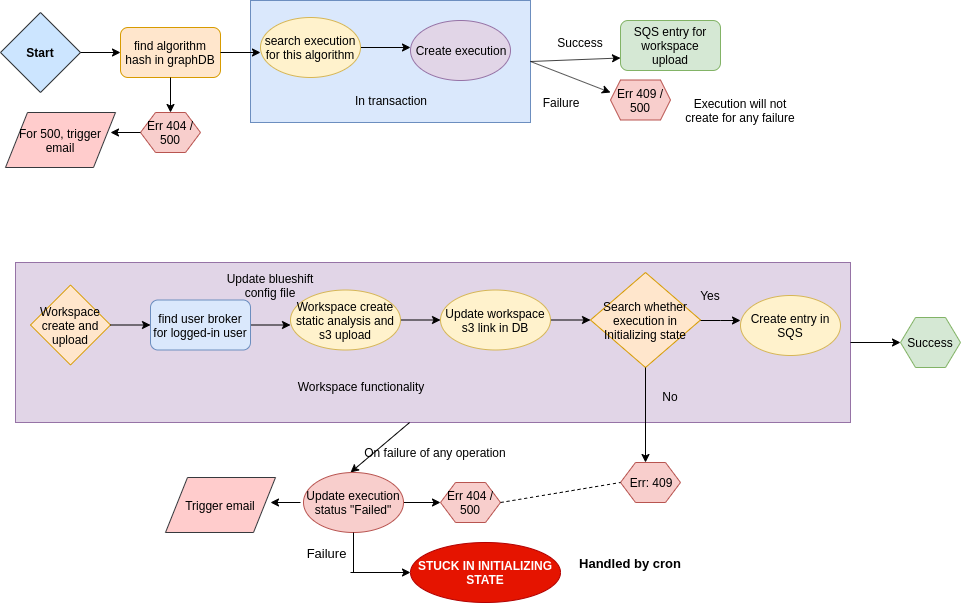
Before: start_from_UI.png, a diagram exported from draw.io (prodipta/blueshift-resouce). Source tidied: cells renumbered, new cells last; positions are measured from the earlier drawing's top-left corner, leaving out a move shared by most shapes.
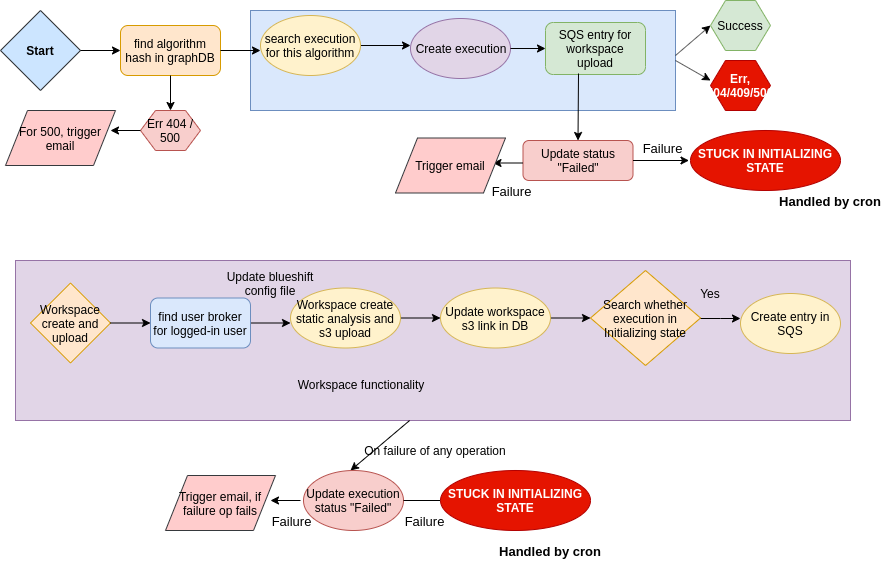
After the commit.

Commit message:
update start diag

Change to the diagram source:
```diff
@@ -6,7 +6,7 @@
       <mxGeometry x="15" y="262" width="835" height="160" as="geometry" />
     </mxCell>
     <mxCell id="3" style="rounded=0;whiteSpace=wrap;html=1;fillColor=#dae8fc;strokeColor=#6c8ebf;" parent="1" vertex="1">
-      <mxGeometry x="250" width="280" height="122" as="geometry" />
+      <mxGeometry x="250" y="12" width="425" height="100" as="geometry" />
     </mxCell>
     <mxCell id="4" value="&lt;b&gt;Start&lt;/b&gt;" style="rhombus;whiteSpace=wrap;html=1;fillColor=#cce5ff;strokeColor=#36393d;" parent="1" vertex="1">
       <mxGeometry y="12" width="80" height="80" as="geometry" />
@@ -84,11 +84,8 @@
     <mxCell id="23" value="Err 404 / 500" style="shape=hexagon;perimeter=hexagonPerimeter2;whiteSpace=wrap;html=1;fillColor=#f8cecc;strokeColor=#b85450;" parent="1" vertex="1">
       <mxGeometry x="140" y="112" width="60" height="40" as="geometry" />
     </mxCell>
-    <mxCell id="24" value="In transaction" style="text;html=1;strokeColor=none;fillColor=none;align=center;verticalAlign=middle;whiteSpace=wrap;rounded=0;" parent="1" vertex="1">
-      <mxGeometry x="330" y="89.5" width="120" height="20" as="geometry" />
-    </mxCell>
     <mxCell id="25" value="SQS entry for workspace upload" style="rounded=1;whiteSpace=wrap;html=1;fillColor=#d5e8d4;strokeColor=#82b366;" parent="1" vertex="1">
-      <mxGeometry x="620" y="20" width="100" height="50" as="geometry" />
+      <mxGeometry x="545" y="24" width="100" height="52" as="geometry" />
     </mxCell>
     <mxCell id="26" style="endArrow=classic;html=1;exitX=0;exitY=0.5;exitDx=0;exitDy=0;" parent="1" edge="1" source="23">
       <mxGeometry relative="1" as="geometry">
@@ -98,20 +95,6 @@
     <mxCell id="27" value="For 500, trigger email" style="shape=parallelogram;perimeter=parallelogramPerimeter;whiteSpace=wrap;html=1;fillColor=#ffcccc;strokeColor=#36393d;" parent="1" vertex="1">
       <mxGeometry x="5" y="112" width="110" height="55" as="geometry" />
     </mxCell>
-    <mxCell id="28" value="Execution will not create for any failure" style="text;html=1;strokeColor=none;fillColor=none;align=center;verticalAlign=middle;whiteSpace=wrap;rounded=0;" parent="1" vertex="1">
-      <mxGeometry x="680" y="99.5" width="120" height="20" as="geometry" />
-    </mxCell>
-    <mxCell id="29" value="Err 409 / 500" style="shape=hexagon;perimeter=hexagonPerimeter2;whiteSpace=wrap;html=1;fillColor=#f8cecc;strokeColor=#b85450;size=0.16666666666666666;" parent="1" vertex="1">
-      <mxGeometry x="610" y="79.5" width="60" height="40" as="geometry" />
-    </mxCell>
-    <mxCell id="30" style="endArrow=classic;html=1;exitX=0.5;exitY=1;exitDx=0;exitDy=0;" parent="1" edge="1" source="20">
-      <mxGeometry relative="1" as="geometry">
-        <mxPoint x="645" y="462" as="targetPoint" />
-      </mxGeometry>
-    </mxCell>
-    <mxCell id="31" value="Err: 409" style="shape=hexagon;perimeter=hexagonPerimeter2;whiteSpace=wrap;html=1;fillColor=#f8cecc;strokeColor=#b85450;" parent="1" vertex="1">
-      <mxGeometry x="620" y="462" width="60" height="40" as="geometry" />
-    </mxCell>
     <mxCell id="32" style="endArrow=classic;html=1;exitX=0.472;exitY=1;exitDx=0;exitDy=0;exitPerimeter=0;" parent="1" edge="1" source="2">
       <mxGeometry relative="1" as="geometry">
         <mxPoint x="350" y="472" as="targetPoint" />
@@ -120,82 +103,96 @@
     <mxCell id="33" value="On failure of any operation" style="text;html=1;strokeColor=none;fillColor=none;align=center;verticalAlign=middle;whiteSpace=wrap;rounded=0;" parent="1" vertex="1">
       <mxGeometry x="360" y="442" width="150" height="20" as="geometry" />
     </mxCell>
-    <mxCell id="34" style="edgeStyle=orthogonalEdgeStyle;rounded=0;jettySize=auto;html=1;" parent="1" edge="1" source="35">
-      <mxGeometry relative="1" as="geometry">
-        <mxPoint x="440" y="502" as="targetPoint" />
-      </mxGeometry>
-    </mxCell>
     <mxCell id="35" value="Update execution status &quot;Failed&quot;" style="ellipse;whiteSpace=wrap;html=1;fillColor=#f8cecc;strokeColor=#b85450;" parent="1" vertex="1">
       <mxGeometry x="303" y="472" width="100" height="60" as="geometry" />
     </mxCell>
-    <mxCell id="36" value="Err 404 / 500" style="shape=hexagon;perimeter=hexagonPerimeter2;whiteSpace=wrap;html=1;fillColor=#f8cecc;strokeColor=#b85450;" parent="1" vertex="1">
-      <mxGeometry x="440" y="482" width="60" height="40" as="geometry" />
-    </mxCell>
-    <mxCell id="37" style="endArrow=none;dashed=1;html=1;exitX=1;exitY=0.5;exitDx=0;exitDy=0;entryX=0;entryY=0.5;entryDx=0;entryDy=0;" parent="1" edge="1" source="36" target="31">
-      <mxGeometry relative="1" as="geometry" />
-    </mxCell>
-    <mxCell id="38" style="endArrow=classic;html=1;exitX=1;exitY=0.5;exitDx=0;exitDy=0;" parent="1" edge="1" source="2">
-      <mxGeometry relative="1" as="geometry">
-        <mxPoint x="900" y="342" as="targetPoint" />
-      </mxGeometry>
-    </mxCell>
-    <mxCell id="39" value="Success" style="shape=hexagon;perimeter=hexagonPerimeter2;whiteSpace=wrap;html=1;fillColor=#d5e8d4;strokeColor=#82b366;" parent="1" vertex="1">
-      <mxGeometry x="900" y="317" width="60" height="50" as="geometry" />
-    </mxCell>
     <mxCell id="40" value="Update blueshift config file" style="text;html=1;strokeColor=none;fillColor=none;align=center;verticalAlign=middle;whiteSpace=wrap;rounded=0;" parent="1" vertex="1">
       <mxGeometry x="220" y="275" width="100" height="20" as="geometry" />
     </mxCell>
-    <mxCell id="41" value="No" style="text;html=1;strokeColor=none;fillColor=none;align=center;verticalAlign=middle;whiteSpace=wrap;rounded=0;" parent="1" vertex="1">
-      <mxGeometry x="650" y="386" width="40" height="20" as="geometry" />
-    </mxCell>
     <mxCell id="42" style="endArrow=classic;html=1;" parent="1" edge="1">
       <mxGeometry relative="1" as="geometry">
         <mxPoint x="300" y="502" as="sourcePoint" />
         <mxPoint x="270" y="502" as="targetPoint" />
       </mxGeometry>
     </mxCell>
-    <mxCell id="43" value="Trigger email" style="shape=parallelogram;perimeter=parallelogramPerimeter;whiteSpace=wrap;html=1;fillColor=#ffcccc;strokeColor=#36393d;" parent="1" vertex="1">
+    <mxCell id="43" value="Trigger email, if failure op fails" style="shape=parallelogram;perimeter=parallelogramPerimeter;whiteSpace=wrap;html=1;fillColor=#ffcccc;strokeColor=#36393d;" parent="1" vertex="1">
       <mxGeometry x="165" y="477" width="110" height="55" as="geometry" />
     </mxCell>
     <mxCell id="44" value="Create entry in SQS" style="ellipse;whiteSpace=wrap;html=1;fillColor=#fff2cc;strokeColor=#d6b656;" parent="1" vertex="1">
       <mxGeometry x="740" y="295" width="100" height="60" as="geometry" />
     </mxCell>
-    <mxCell id="45" style="endArrow=classic;html=1;exitX=1;exitY=0.5;exitDx=0;exitDy=0;entryX=0;entryY=0.75;entryDx=0;entryDy=0;" parent="1" edge="1" source="3" target="25">
-      <mxGeometry relative="1" as="geometry" />
-    </mxCell>
-    <mxCell id="46" style="endArrow=classic;html=1;exitX=1;exitY=0.5;exitDx=0;exitDy=0;" parent="1" edge="1" source="3">
-      <mxGeometry relative="1" as="geometry">
-        <mxPoint x="610" y="92" as="targetPoint" />
-      </mxGeometry>
-    </mxCell>
-    <mxCell id="47" value="Success" style="text;html=1;strokeColor=none;fillColor=none;align=center;verticalAlign=middle;whiteSpace=wrap;rounded=0;" parent="1" vertex="1">
-      <mxGeometry x="560" y="32" width="40" height="20" as="geometry" />
-    </mxCell>
-    <mxCell id="48" value="Failure" style="text;html=1;strokeColor=none;fillColor=none;align=center;verticalAlign=middle;whiteSpace=wrap;rounded=0;" parent="1" vertex="1">
-      <mxGeometry x="540" y="92" width="40" height="20" as="geometry" />
-    </mxCell>
     <mxCell id="49" value="Yes" style="text;html=1;strokeColor=none;fillColor=none;align=center;verticalAlign=middle;whiteSpace=wrap;rounded=0;" parent="1" vertex="1">
       <mxGeometry x="690" y="285" width="40" height="20" as="geometry" />
     </mxCell>
-    <mxCell id="50" style="endArrow=none;html=1;entryX=0.5;entryY=1;entryDx=0;entryDy=0;" parent="1" edge="1" target="35">
+    <mxCell id="50" style="endArrow=none;html=1;entryX=1;entryY=0.5;entryDx=0;entryDy=0;" parent="1" edge="1" target="35">
       <mxGeometry relative="1" as="geometry">
-        <mxPoint x="353" y="572" as="sourcePoint" />
+        <mxPoint x="440" y="502" as="sourcePoint" />
       </mxGeometry>
     </mxCell>
-    <mxCell id="51" style="endArrow=classic;html=1;" parent="1" edge="1">
-      <mxGeometry relative="1" as="geometry">
-        <mxPoint x="350" y="572" as="sourcePoint" />
-        <mxPoint x="410" y="572" as="targetPoint" />
-      </mxGeometry>
-    </mxCell>
     <mxCell id="52" value="STUCK IN INITIALIZING STATE" style="ellipse;whiteSpace=wrap;html=1;fontStyle=1;fillColor=#e51400;strokeColor=#B20000;fontColor=#ffffff;" parent="1" vertex="1">
-      <mxGeometry x="410" y="542" width="150" height="60" as="geometry" />
+      <mxGeometry x="440" y="472" width="150" height="60" as="geometry" />
     </mxCell>
     <mxCell id="53" value="Handled by cron" style="text;html=1;strokeColor=none;fillColor=none;align=center;verticalAlign=middle;whiteSpace=wrap;rounded=0;fontStyle=1;fontSize=13;" parent="1" vertex="1">
-      <mxGeometry x="570" y="552" width="120" height="20" as="geometry" />
+      <mxGeometry x="490" y="542" width="120" height="20" as="geometry" />
     </mxCell>
     <mxCell id="54" value="Failure" style="text;html=1;strokeColor=none;fillColor=none;align=center;verticalAlign=middle;whiteSpace=wrap;rounded=0;fontSize=13;" parent="1" vertex="1">
-      <mxGeometry x="305" y="542" width="40" height="20" as="geometry" />
+      <mxGeometry x="403" y="512" width="40" height="20" as="geometry" />
     </mxCell>
+    <mxCell id="55" style="endArrow=classic;html=1;exitX=1;exitY=0.5;exitDx=0;exitDy=0;entryX=0;entryY=0.5;entryDx=0;entryDy=0;" parent="1" edge="1" source="10" target="25">
+      <mxGeometry relative="1" as="geometry" />
+    </mxCell>
+    <mxCell id="56" style="endArrow=classic;html=1;entryX=0.5;entryY=0;entryDx=0;entryDy=0;" parent="1" edge="1" target="57">
+      <mxGeometry relative="1" as="geometry">
+        <mxPoint x="578" y="75" as="sourcePoint" />
+      </mxGeometry>
+    </mxCell>
+    <mxCell id="57" value="Update status &quot;Failed&quot;" style="rounded=1;whiteSpace=wrap;html=1;fillColor=#f8cecc;strokeColor=#b85450;" parent="1" vertex="1">
+      <mxGeometry x="522.5" y="142" width="110" height="40" as="geometry" />
+    </mxCell>
+    <mxCell id="58" style="endArrow=classic;html=1;exitX=1;exitY=0.5;exitDx=0;exitDy=0;" parent="1" edge="1" source="57">
+      <mxGeometry relative="1" as="geometry">
+        <mxPoint x="688.5" y="162" as="targetPoint" />
+      </mxGeometry>
+    </mxCell>
+    <mxCell id="59" value="STUCK IN INITIALIZING STATE" style="ellipse;whiteSpace=wrap;html=1;fontStyle=1;fillColor=#e51400;strokeColor=#B20000;fontColor=#ffffff;" parent="1" vertex="1">
+      <mxGeometry x="690" y="132" width="150" height="60" as="geometry" />
+    </mxCell>
+    <mxCell id="60" value="Handled by cron" style="text;html=1;strokeColor=none;fillColor=none;align=center;verticalAlign=middle;whiteSpace=wrap;rounded=0;fontStyle=1;fontSize=13;" parent="1" vertex="1">
+      <mxGeometry x="770" y="192" width="120" height="20" as="geometry" />
+    </mxCell>
+    <mxCell id="61" value="Failure" style="text;html=1;strokeColor=none;fillColor=none;align=center;verticalAlign=middle;whiteSpace=wrap;rounded=0;fontSize=13;" parent="1" vertex="1">
+      <mxGeometry x="641.5" y="139.5" width="40" height="20" as="geometry" />
+    </mxCell>
+    <mxCell id="62" style="endArrow=classic;html=1;exitX=1;exitY=0.5;exitDx=0;exitDy=0;entryX=0;entryY=0.5;entryDx=0;entryDy=0;" parent="1" edge="1" target="39">
+      <mxGeometry relative="1" as="geometry">
+        <mxPoint x="675" y="57" as="sourcePoint" />
+      </mxGeometry>
+    </mxCell>
+    <mxCell id="39" value="Success" style="shape=hexagon;perimeter=hexagonPerimeter2;whiteSpace=wrap;html=1;fillColor=#d5e8d4;strokeColor=#82b366;" parent="1" vertex="1">
+      <mxGeometry x="710" y="2" width="60" height="50" as="geometry" />
+    </mxCell>
+    <mxCell id="63" style="endArrow=classic;html=1;exitX=1;exitY=0.5;exitDx=0;exitDy=0;" parent="1" edge="1" source="3">
+      <mxGeometry relative="1" as="geometry">
+        <mxPoint x="710" y="82" as="targetPoint" />
+      </mxGeometry>
+    </mxCell>
+    <mxCell id="64" value="Err, 404/409/500" style="shape=hexagon;perimeter=hexagonPerimeter2;whiteSpace=wrap;html=1;fillColor=#e51400;strokeColor=#B20000;fontColor=#ffffff;fontStyle=1;" parent="1" vertex="1">
+      <mxGeometry x="710" y="62" width="60" height="50" as="geometry" />
+    </mxCell>
+    <mxCell id="65" style="endArrow=classic;html=1;" parent="1" edge="1">
+      <mxGeometry relative="1" as="geometry">
+        <mxPoint x="522.5" y="164.5" as="sourcePoint" />
+        <mxPoint x="492.5" y="164.5" as="targetPoint" />
+      </mxGeometry>
+    </mxCell>
+    <mxCell id="66" value="Trigger email" style="shape=parallelogram;perimeter=parallelogramPerimeter;whiteSpace=wrap;html=1;fillColor=#ffcccc;strokeColor=#36393d;" parent="1" vertex="1">
+      <mxGeometry x="395" y="139.5" width="110" height="55" as="geometry" />
+    </mxCell>
+    <mxCell id="67" value="Failure" style="text;html=1;strokeColor=none;fillColor=none;align=center;verticalAlign=middle;whiteSpace=wrap;rounded=0;fontSize=13;" parent="1" vertex="1">
+      <mxGeometry x="490" y="182" width="40" height="20" as="geometry" />
+    </mxCell>
+    <mxCell id="68" value="Failure" style="text;html=1;strokeColor=none;fillColor=none;align=center;verticalAlign=middle;whiteSpace=wrap;rounded=0;fontSize=13;" parent="1" vertex="1">
+      <mxGeometry x="270" y="512" width="40" height="20" as="geometry" />
+    </mxCell>
   </root>
 </mxGraphModel>
```
